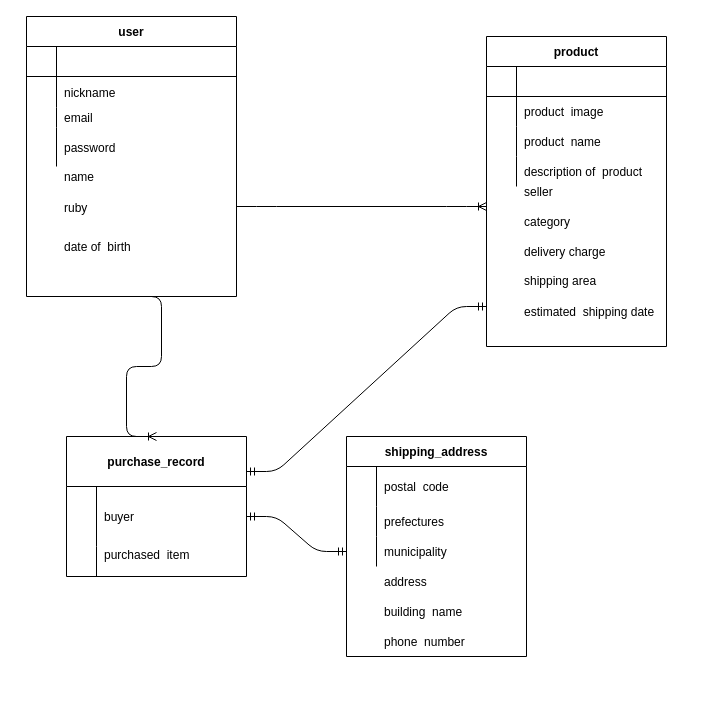
Above: app/views/furima.dio in keiko0712/furima-34310 (draw.io), before the change. Source tidied: cells renumbered, new cells numbered last; positions are measured from the earlier drawing's top-left corner, leaving out a move shared by most shapes. Both pictures are drawn from the tidied source at 100%, with x=0, y=0 at pixel (26, 16).
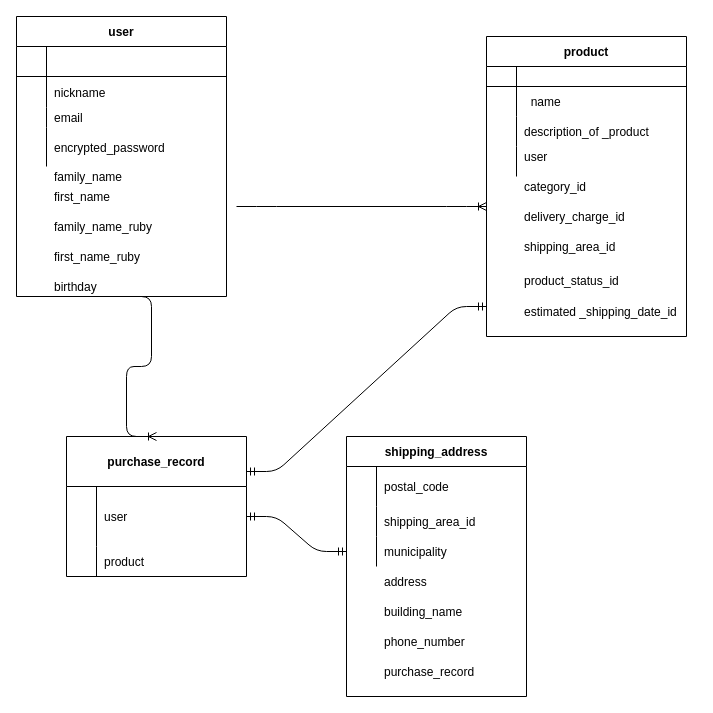
The same page after the edit.

The change refers to these unchanged cells:
```xml
<mxCell id="12" style="shape=partialRectangle;fillColor=none;top=0;left=0;bottom=0;right=0;" parent="2" vertex="1">
  <mxGeometry y="111" width="210" height="39" as="geometry" />
</mxCell>
<mxCell id="37" style="shape=partialRectangle;fillColor=none;top=0;left=0;bottom=0;right=0;points=[[0,0.5],[1,0.5]];portConstraint=eastwest;" parent="36" vertex="1">
  <mxGeometry y="50" width="180" height="60" as="geometry" />
</mxCell>
<mxCell id="40" style="shape=partialRectangle;fillColor=none;top=0;left=0;bottom=0;right=0;" parent="36" vertex="1">
  <mxGeometry y="110" width="180" height="30" as="geometry" />
</mxCell>
<mxCell id="44" style="shape=partialRectangle;fillColor=none;top=0;left=0;bottom=0;right=0;" parent="43" vertex="1">
  <mxGeometry y="30" width="180" height="40" as="geometry" />
</mxCell>
<mxCell id="47" style="shape=partialRectangle;fillColor=none;top=0;left=0;bottom=0;right=0;" parent="43" vertex="1">
  <mxGeometry y="70" width="180" height="30" as="geometry" />
</mxCell>
```

The edit, as a diff of the source:
```diff
@@
     <mxCell id="2" value="user" style="shape=table;startSize=30;childLayout=tableLayout;rowLines=0;fontStyle=1;align=center;" parent="1" vertex="1">
-      <mxGeometry width="210" height="280" as="geometry" />
+      <mxGeometry x="-10" width="210" height="280" as="geometry" />
     </mxCell>
@@
-    <mxCell id="14" value="password" style="shape=partialRectangle;fillColor=none;top=0;left=0;bottom=0;right=0;align=left;spacingLeft=6;overflow=hidden;" parent="12" vertex="1">
+    <mxCell id="14" value="encrypted_password" style="shape=partialRectangle;fillColor=none;top=0;left=0;bottom=0;right=0;align=left;spacingLeft=6;overflow=hidden;" parent="12" vertex="1">
       <mxGeometry x="30" width="180" height="39" as="geometry" />
     </mxCell>
-    <mxCell id="15" value="name" style="shape=partialRectangle;fillColor=none;top=0;left=0;bottom=0;right=0;align=left;spacingLeft=6;overflow=hidden;" parent="1" vertex="1">
-      <mxGeometry x="30" y="140" width="180" height="39" as="geometry" />
+    <mxCell id="15" value="family_name" style="shape=partialRectangle;fillColor=none;top=0;left=0;bottom=0;right=0;align=left;spacingLeft=6;overflow=hidden;" parent="1" vertex="1">
+      <mxGeometry x="20" y="140" width="180" height="39" as="geometry" />
     </mxCell>
-    <mxCell id="16" value="ruby" style="shape=partialRectangle;fillColor=none;top=0;left=0;bottom=0;right=0;align=left;spacingLeft=6;overflow=hidden;" parent="1" vertex="1">
-      <mxGeometry x="30" y="171" width="180" height="39" as="geometry" />
+    <mxCell id="16" value="first_name" style="shape=partialRectangle;fillColor=none;top=0;left=0;bottom=0;right=0;align=left;spacingLeft=6;overflow=hidden;" parent="1" vertex="1">
+      <mxGeometry x="20" y="160" width="180" height="39" as="geometry" />
     </mxCell>
-    <mxCell id="17" value="date of  birth" style="shape=partialRectangle;fillColor=none;top=0;left=0;bottom=0;right=0;align=left;spacingLeft=6;overflow=hidden;" parent="1" vertex="1">
-      <mxGeometry x="30" y="210" width="180" height="39" as="geometry" />
+    <mxCell id="17" value="first_name_ruby" style="shape=partialRectangle;fillColor=none;top=0;left=0;bottom=0;right=0;align=left;spacingLeft=6;overflow=hidden;" parent="1" vertex="1">
+      <mxGeometry x="20" y="220" width="180" height="39" as="geometry" />
     </mxCell>
     <mxCell id="18" value="product" style="shape=table;startSize=30;childLayout=tableLayout;rowLines=0;fontStyle=1;align=center;" parent="1" vertex="1">
-      <mxGeometry x="460" y="20" width="180" height="310" as="geometry" />
+      <mxGeometry x="460" y="20" width="200" height="300" as="geometry" />
     </mxCell>
     <mxCell id="19" style="shape=partialRectangle;fillColor=none;top=0;left=0;bottom=1;right=0;" parent="18" vertex="1">
-      <mxGeometry y="30" width="180" height="30" as="geometry" />
+      <mxGeometry y="30" width="200" height="20" as="geometry" />
     </mxCell>
     <mxCell id="20" style="shape=partialRectangle;fillColor=none;top=0;left=0;bottom=0;right=0;fontStyle=1;overflow=hidden;" parent="19" vertex="1">
-      <mxGeometry width="30" height="30" as="geometry" />
+      <mxGeometry width="30" height="20" as="geometry" />
     </mxCell>
     <mxCell id="21" style="shape=partialRectangle;fillColor=none;top=0;left=0;bottom=0;right=0;align=left;spacingLeft=6;fontStyle=5;overflow=hidden;" parent="19" vertex="1">
-      <mxGeometry x="30" width="150" height="30" as="geometry" />
+      <mxGeometry x="30" width="170" height="20" as="geometry" />
     </mxCell>
     <mxCell id="22" style="shape=partialRectangle;fillColor=none;top=0;left=0;bottom=0;right=0;" parent="18" vertex="1">
-      <mxGeometry y="60" width="180" height="30" as="geometry" />
+      <mxGeometry y="50" width="200" height="30" as="geometry" />
     </mxCell>
@@
-    <mxCell id="24" value="product  image" style="shape=partialRectangle;fillColor=none;top=0;left=0;bottom=0;right=0;align=left;spacingLeft=6;overflow=hidden;" parent="22" vertex="1">
-      <mxGeometry x="30" width="150" height="30" as="geometry" />
+    <mxCell id="24" style="shape=partialRectangle;fillColor=none;top=0;left=0;bottom=0;right=0;align=left;spacingLeft=6;overflow=hidden;" parent="22" vertex="1">
+      <mxGeometry x="30" width="170" height="30" as="geometry" />
     </mxCell>
     <mxCell id="25" style="shape=partialRectangle;fillColor=none;top=0;left=0;bottom=0;right=0;" parent="18" vertex="1">
-      <mxGeometry y="90" width="180" height="30" as="geometry" />
+      <mxGeometry y="80" width="200" height="30" as="geometry" />
     </mxCell>
@@
-    <mxCell id="27" value="product  name" style="shape=partialRectangle;fillColor=none;top=0;left=0;bottom=0;right=0;align=left;spacingLeft=6;overflow=hidden;" parent="25" vertex="1">
-      <mxGeometry x="30" width="150" height="30" as="geometry" />
+    <mxCell id="27" style="shape=partialRectangle;fillColor=none;top=0;left=0;bottom=0;right=0;align=left;spacingLeft=6;overflow=hidden;" parent="25" vertex="1">
+      <mxGeometry x="30" width="170" height="30" as="geometry" />
     </mxCell>
     <mxCell id="28" style="shape=partialRectangle;fillColor=none;top=0;left=0;bottom=0;right=0;" parent="18" vertex="1">
-      <mxGeometry y="120" width="180" height="30" as="geometry" />
+      <mxGeometry y="110" width="200" height="30" as="geometry" />
     </mxCell>
@@
-    <mxCell id="30" value="description of  product" style="shape=partialRectangle;fillColor=none;top=0;left=0;bottom=0;right=0;align=left;spacingLeft=6;overflow=hidden;" parent="28" vertex="1">
-      <mxGeometry x="30" width="150" height="30" as="geometry" />
+    <mxCell id="30" style="shape=partialRectangle;fillColor=none;top=0;left=0;bottom=0;right=0;align=left;spacingLeft=6;overflow=hidden;" parent="28" vertex="1">
+      <mxGeometry x="30" width="170" height="30" as="geometry" />
     </mxCell>
-    <mxCell id="31" value="delivery charge" style="shape=partialRectangle;fillColor=none;top=0;left=0;bottom=0;right=0;align=left;spacingLeft=6;overflow=hidden;" parent="1" vertex="1">
-      <mxGeometry x="490" y="220" width="150" height="30" as="geometry" />
+    <mxCell id="31" value="delivery_charge_id" style="shape=partialRectangle;fillColor=none;top=0;left=0;bottom=0;right=0;align=left;spacingLeft=6;overflow=hidden;" parent="1" vertex="1">
+      <mxGeometry x="490" y="185" width="150" height="30" as="geometry" />
     </mxCell>
-    <mxCell id="32" value="category" style="shape=partialRectangle;fillColor=none;top=0;left=0;bottom=0;right=0;align=left;spacingLeft=6;overflow=hidden;" parent="1" vertex="1">
-      <mxGeometry x="490" y="190" width="150" height="30" as="geometry" />
+    <mxCell id="32" value="category_id" style="shape=partialRectangle;fillColor=none;top=0;left=0;bottom=0;right=0;align=left;spacingLeft=6;overflow=hidden;" parent="1" vertex="1">
+      <mxGeometry x="490" y="155" width="150" height="30" as="geometry" />
     </mxCell>
-    <mxCell id="33" value="seller" style="shape=partialRectangle;fillColor=none;top=0;left=0;bottom=0;right=0;align=left;spacingLeft=6;overflow=hidden;" parent="1" vertex="1">
-      <mxGeometry x="490" y="160" width="150" height="30" as="geometry" />
+    <mxCell id="33" value="user" style="shape=partialRectangle;fillColor=none;top=0;left=0;bottom=0;right=0;align=left;spacingLeft=6;overflow=hidden;" parent="1" vertex="1">
+      <mxGeometry x="490" y="125" width="150" height="30" as="geometry" />
     </mxCell>
-    <mxCell id="34" value="shipping area" style="shape=partialRectangle;fillColor=none;top=0;left=0;bottom=0;right=0;align=left;spacingLeft=6;overflow=hidden;" parent="1" vertex="1">
+    <mxCell id="34" value="product_status_id" style="shape=partialRectangle;fillColor=none;top=0;left=0;bottom=0;right=0;align=left;spacingLeft=6;overflow=hidden;" parent="1" vertex="1">
       <mxGeometry x="490" y="249" width="150" height="30" as="geometry" />
     </mxCell>
-    <mxCell id="35" value="estimated  shipping date" style="shape=partialRectangle;fillColor=none;top=0;left=0;bottom=0;right=0;align=left;spacingLeft=6;overflow=hidden;" parent="1" vertex="1">
-      <mxGeometry x="490" y="280" width="150" height="30" as="geometry" />
+    <mxCell id="35" value="estimated _shipping_date_id" style="shape=partialRectangle;fillColor=none;top=0;left=0;bottom=0;right=0;align=left;spacingLeft=6;overflow=hidden;" parent="1" vertex="1">
+      <mxGeometry x="490" y="280" width="180" height="30" as="geometry" />
     </mxCell>
@@
-    <mxCell id="39" value="buyer" style="shape=partialRectangle;fillColor=none;top=0;left=0;bottom=0;right=0;align=left;spacingLeft=6;overflow=hidden;" parent="37" vertex="1">
+    <mxCell id="39" value="user" style="shape=partialRectangle;fillColor=none;top=0;left=0;bottom=0;right=0;align=left;spacingLeft=6;overflow=hidden;" parent="37" vertex="1">
       <mxGeometry x="30" width="150" height="60" as="geometry" />
     </mxCell>
@@
-    <mxCell id="42" value="purchased  item&#10;" style="shape=partialRectangle;fillColor=none;top=0;left=0;bottom=0;right=0;align=left;spacingLeft=6;overflow=hidden;" parent="40" vertex="1">
+    <mxCell id="42" value="product" style="shape=partialRectangle;fillColor=none;top=0;left=0;bottom=0;right=0;align=left;spacingLeft=6;overflow=hidden;" parent="40" vertex="1">
       <mxGeometry x="30" width="150" height="30" as="geometry" />
     </mxCell>
     <mxCell id="43" value="shipping_address" style="shape=table;startSize=30;childLayout=tableLayout;rowLines=0;fontStyle=1;align=center;" parent="1" vertex="1">
-      <mxGeometry x="320" y="420" width="180" height="220" as="geometry" />
+      <mxGeometry x="320" y="420" width="180" height="260" as="geometry" />
     </mxCell>
@@
-    <mxCell id="46" value="postal  code" style="shape=partialRectangle;fillColor=none;top=0;left=0;bottom=0;right=0;align=left;spacingLeft=6;overflow=hidden;" parent="44" vertex="1">
+    <mxCell id="46" value="postal_code" style="shape=partialRectangle;fillColor=none;top=0;left=0;bottom=0;right=0;align=left;spacingLeft=6;overflow=hidden;" parent="44" vertex="1">
       <mxGeometry x="30" width="150" height="40" as="geometry" />
     </mxCell>
@@
-    <mxCell id="49" value="prefectures" style="shape=partialRectangle;fillColor=none;top=0;left=0;bottom=0;right=0;align=left;spacingLeft=6;overflow=hidden;" parent="47" vertex="1">
+    <mxCell id="49" value="shipping_area_id" style="shape=partialRectangle;fillColor=none;top=0;left=0;bottom=0;right=0;align=left;spacingLeft=6;overflow=hidden;" parent="47" vertex="1">
       <mxGeometry x="30" width="150" height="30" as="geometry" />
     </mxCell>
@@
-    <mxCell id="54" value="building  name" style="shape=partialRectangle;fillColor=none;top=0;left=0;bottom=0;right=0;align=left;spacingLeft=6;overflow=hidden;" parent="1" vertex="1">
+    <mxCell id="54" value="building_name" style="shape=partialRectangle;fillColor=none;top=0;left=0;bottom=0;right=0;align=left;spacingLeft=6;overflow=hidden;" parent="1" vertex="1">
       <mxGeometry x="350" y="580" width="150" height="30" as="geometry" />
     </mxCell>
-    <mxCell id="55" value="phone  number" style="shape=partialRectangle;fillColor=none;top=0;left=0;bottom=0;right=0;align=left;spacingLeft=6;overflow=hidden;" parent="1" vertex="1">
+    <mxCell id="55" value="phone_number" style="shape=partialRectangle;fillColor=none;top=0;left=0;bottom=0;right=0;align=left;spacingLeft=6;overflow=hidden;" parent="1" vertex="1">
       <mxGeometry x="350" y="610" width="150" height="30" as="geometry" />
     </mxCell>
@@
+    <mxCell id="60" value="family_name_ruby" style="shape=partialRectangle;fillColor=none;top=0;left=0;bottom=0;right=0;align=left;spacingLeft=6;overflow=hidden;" parent="1" vertex="1">
+      <mxGeometry x="20" y="190" width="180" height="39" as="geometry" />
+    </mxCell>
+    <mxCell id="61" value="birthday" style="shape=partialRectangle;fillColor=none;top=0;left=0;bottom=0;right=0;align=left;spacingLeft=6;overflow=hidden;" parent="1" vertex="1">
+      <mxGeometry x="20" y="250" width="180" height="39" as="geometry" />
+    </mxCell>
+    <mxCell id="62" value="  name" style="shape=partialRectangle;fillColor=none;top=0;left=0;bottom=0;right=0;align=left;spacingLeft=6;overflow=hidden;" parent="1" vertex="1">
+      <mxGeometry x="490" y="70" width="150" height="30" as="geometry" />
+    </mxCell>
+    <mxCell id="63" value="description_of _product" style="shape=partialRectangle;fillColor=none;top=0;left=0;bottom=0;right=0;align=left;spacingLeft=6;overflow=hidden;" parent="1" vertex="1">
+      <mxGeometry x="490" y="100" width="150" height="30" as="geometry" />
+    </mxCell>
+    <mxCell id="64" value="shipping_area_id" style="shape=partialRectangle;fillColor=none;top=0;left=0;bottom=0;right=0;align=left;spacingLeft=6;overflow=hidden;" parent="1" vertex="1">
+      <mxGeometry x="490" y="215" width="150" height="30" as="geometry" />
+    </mxCell>
+    <mxCell id="65" value="purchase_record" style="shape=partialRectangle;fillColor=none;top=0;left=0;bottom=0;right=0;align=left;spacingLeft=6;overflow=hidden;" parent="1" vertex="1">
+      <mxGeometry x="350" y="640" width="150" height="30" as="geometry" />
+    </mxCell>
```
